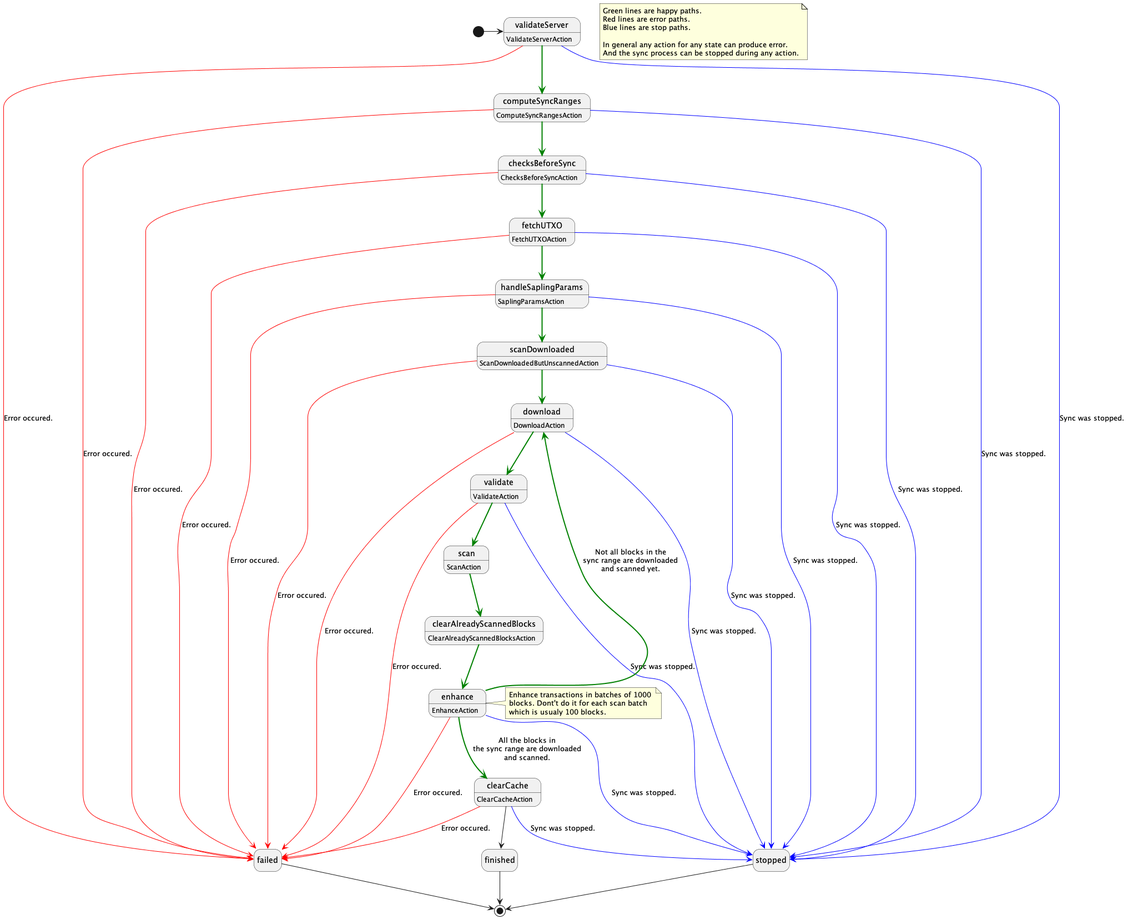
This is docs/images/cbp_state_machine.png from Electric-Coin-Company/zcash-swift-wallet-sdk, a PlantUML export, as it was before one commit.
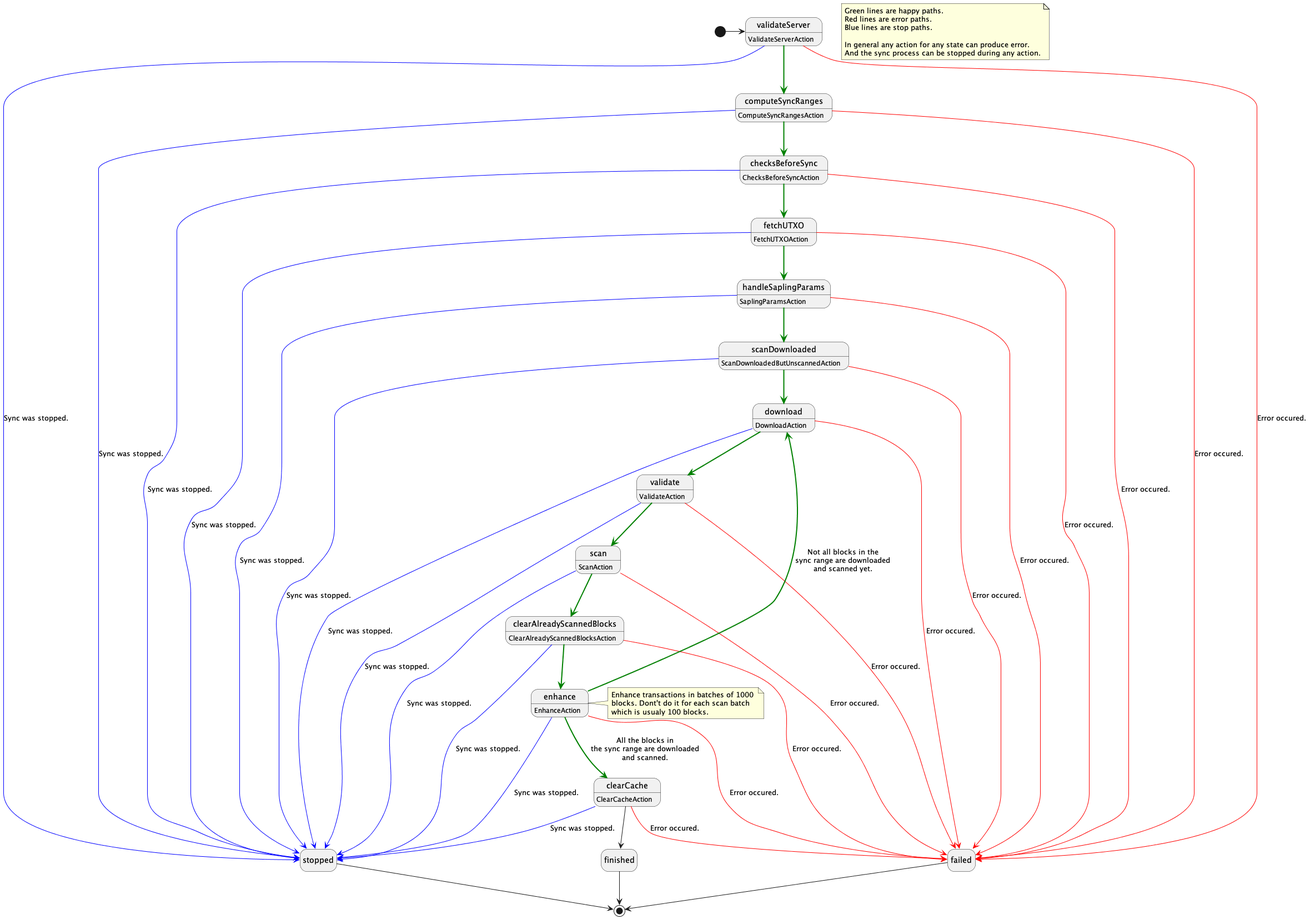
The same diagram one commit later.

Diff of the diagram source:
```diff
@@ -55,9 +55,13 @@
 
 scan : ScanAction
 scan -[#green,bold]-> clearAlreadyScannedBlocks
+scan -[#red]-> failed : Error occured.
+scan -[#blue]-> stopped : Sync was stopped.
 
 clearAlreadyScannedBlocks : ClearAlreadyScannedBlocksAction
 clearAlreadyScannedBlocks -[#green,bold]-> enhance
+clearAlreadyScannedBlocks -[#red]-> failed : Error occured.
+clearAlreadyScannedBlocks -[#blue]-> stopped : Sync was stopped.
 
 enhance : EnhanceAction
 enhance -[#green,bold]-> download : Not all blocks in the\nsync range are downloaded\nand scanned yet.
```
